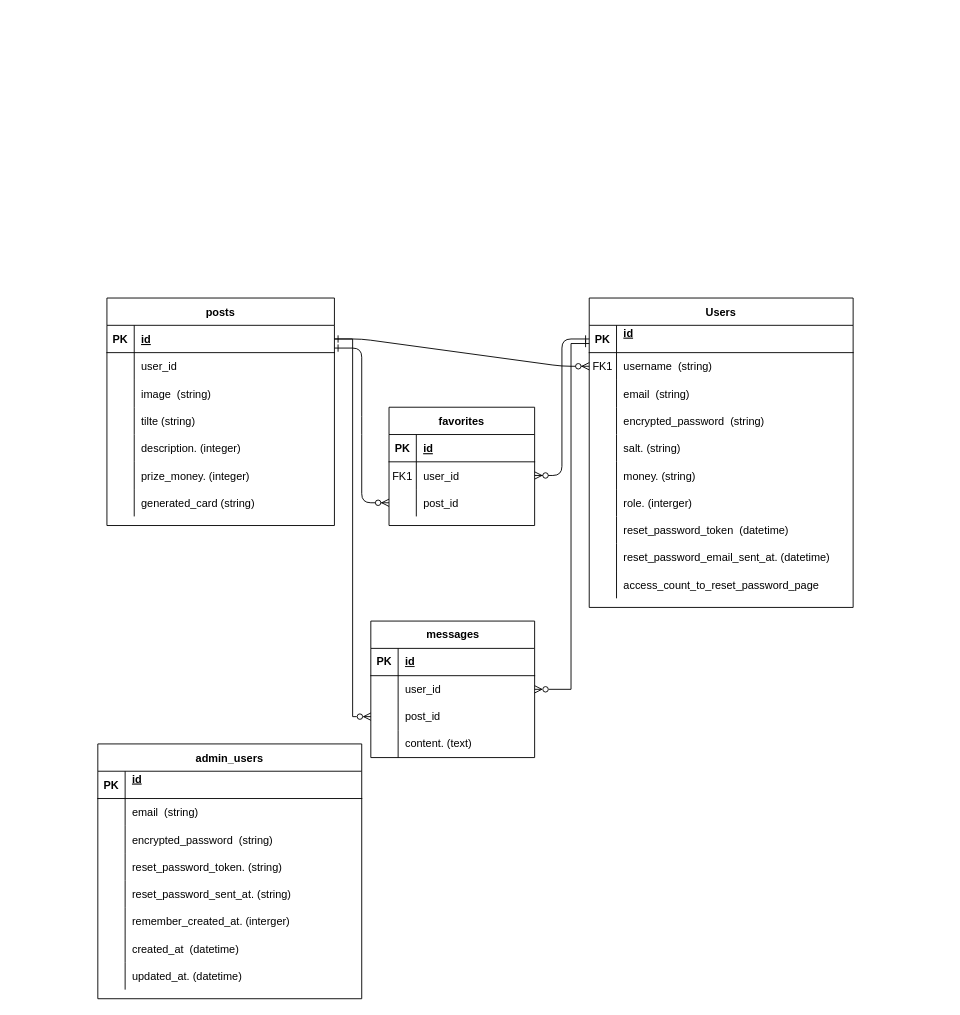
Above: 名称未設定ファイル.drawio in daichi-50/make_ER (draw.io), before the change. Source tidied: cells renumbered, new cells numbered last; positions are measured from the earlier drawing's top-left corner, leaving out a move shared by most shapes. Both pictures are drawn from the tidied source at 91%, with x=0, y=0 at pixel (97, 298).
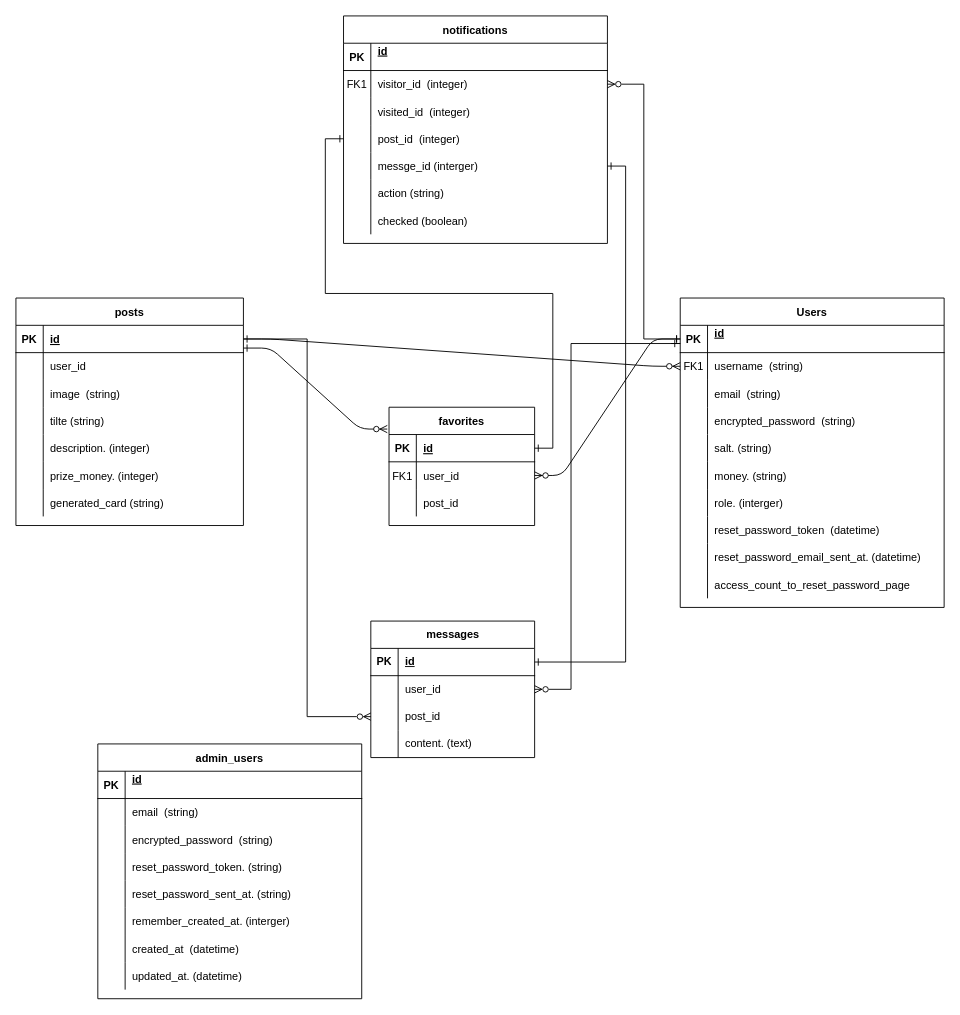
Above is the later version.

Unchanged cells that the change refers to:
```xml
<mxCell id="5" style="shape=partialRectangle;fillColor=none;points=[[0,0.5],[1,0.5]];portConstraint=eastwest;top=0;left=0;right=0;bottom=1;" parent="4" vertex="1">
  <mxGeometry y="30" width="290" height="30" as="geometry" />
</mxCell>
<mxCell id="36" style="shape=partialRectangle;fillColor=none;points=[[0,0.5],[1,0.5]];portConstraint=eastwest;top=0;left=0;right=0;bottom=1;" parent="35" vertex="1">
  <mxGeometry y="30" width="160" height="30" as="geometry" />
</mxCell>
<mxCell id="42" style="shape=partialRectangle;fillColor=none;points=[[0,0.5],[1,0.5]];portConstraint=eastwest;top=0;left=0;right=0;bottom=0;" parent="35" vertex="1">
  <mxGeometry y="90" width="160" height="30" as="geometry" />
</mxCell>
<mxCell id="68" style="shape=tableRow;horizontal=0;startSize=0;swimlaneHead=0;swimlaneBody=0;fillColor=none;points=[[0,0.5],[1,0.5]];portConstraint=eastwest;top=0;left=0;right=0;bottom=1;" parent="67" vertex="1">
  <mxGeometry y="30" width="180" height="30" as="geometry" />
</mxCell>
<mxCell id="71" style="shape=tableRow;horizontal=0;startSize=0;swimlaneHead=0;swimlaneBody=0;fillColor=none;points=[[0,0.5],[1,0.5]];portConstraint=eastwest;top=0;left=0;right=0;bottom=0;" parent="67" vertex="1">
  <mxGeometry y="60" width="180" height="30" as="geometry" />
</mxCell>
```

Diff of the diagram source:
```diff
@@
     <mxCell id="4" value="Users" style="shape=table;startSize=30;childLayout=tableLayout;rowLines=0;fontStyle=1;align=center;" parent="1" vertex="1">
-      <mxGeometry x="540" width="290" height="340" as="geometry" />
+      <mxGeometry x="640" width="290" height="340" as="geometry" />
     </mxCell>
@@
     <mxCell id="45" value="posts" style="shape=table;startSize=30;childLayout=tableLayout;rowLines=0;fontStyle=1;align=center;" parent="1" vertex="1">
-      <mxGeometry x="10" width="250" height="250" as="geometry" />
+      <mxGeometry x="-90" width="250" height="250" as="geometry" />
     </mxCell>
@@
-    <mxCell id="80" style="edgeStyle=entityRelationEdgeStyle;endArrow=ERzeroToMany;startArrow=ERone;endFill=1;startFill=0;entryX=0;entryY=0.5;entryDx=0;entryDy=0;" parent="1" edge="1" target="42">
+    <mxCell id="80" style="edgeStyle=entityRelationEdgeStyle;endArrow=ERzeroToMany;startArrow=ERone;endFill=1;startFill=0;entryX=-0.012;entryY=-0.2;entryDx=0;entryDy=0;entryPerimeter=0;" parent="1" edge="1" target="36">
       <mxGeometry relative="1" as="geometry">
-        <mxPoint x="260" y="55" as="sourcePoint" />
+        <mxPoint x="160" y="55" as="sourcePoint" />
+        <Array as="points">
+          <mxPoint x="320" y="160" />
+          <mxPoint x="220" y="160" />
+          <mxPoint x="190" y="130" />
+          <mxPoint x="190" y="130" />
+        </Array>
       </mxGeometry>
     </mxCell>
     <mxCell id="81" style="rounded=0;jettySize=auto;html=1;startArrow=ERone;startFill=0;endArrow=ERzeroToMany;endFill=0;entryX=1;entryY=0.5;entryDx=0;entryDy=0;" parent="1" edge="1" target="71">
       <mxGeometry relative="1" as="geometry">
-        <mxPoint x="540" y="50" as="sourcePoint" />
+        <mxPoint x="630" y="50" as="sourcePoint" />
         <Array as="points">
+          <mxPoint x="640" y="50" />
           <mxPoint x="520" y="50" />
           <mxPoint x="520" y="430" />
         </Array>
       </mxGeometry>
     </mxCell>
@@
+    <mxCell id="108" value="notifications" style="shape=table;startSize=30;childLayout=tableLayout;rowLines=0;fontStyle=1;align=center;" parent="1" vertex="1">
+      <mxGeometry x="270" y="-310" width="290" height="250" as="geometry" />
+    </mxCell>
+    <mxCell id="109" style="shape=partialRectangle;fillColor=none;top=0;left=0;right=0;bottom=1;" parent="108" vertex="1">
+      <mxGeometry y="30" width="290" height="30" as="geometry" />
+    </mxCell>
+    <mxCell id="110" value="PK" style="shape=partialRectangle;overflow=hidden;fillColor=none;top=0;left=0;bottom=0;right=0;fontStyle=1;" parent="109" vertex="1">
+      <mxGeometry width="30" height="30" as="geometry" />
+    </mxCell>
+    <mxCell id="111" value="id&#10;" style="shape=partialRectangle;overflow=hidden;fillColor=none;top=0;left=0;bottom=0;right=0;align=left;spacingLeft=6;fontStyle=5;" parent="109" vertex="1">
+      <mxGeometry x="30" width="260" height="30" as="geometry" />
+    </mxCell>
+    <mxCell id="112" style="shape=partialRectangle;fillColor=none;points=[[0,0.5],[1,0.5]];portConstraint=eastwest;top=0;left=0;right=0;bottom=0;" parent="108" vertex="1">
+      <mxGeometry y="60" width="290" height="30" as="geometry" />
+    </mxCell>
+    <mxCell id="113" value="FK1" style="shape=partialRectangle;overflow=hidden;fillColor=none;top=0;left=0;bottom=0;right=0;" parent="112" vertex="1">
+      <mxGeometry width="30" height="30" as="geometry" />
+    </mxCell>
+    <mxCell id="114" value="visitor_id  (integer)" style="shape=partialRectangle;overflow=hidden;fillColor=none;top=0;left=0;bottom=0;right=0;align=left;spacingLeft=6;" parent="112" vertex="1">
+      <mxGeometry x="30" width="260" height="30" as="geometry" />
+    </mxCell>
+    <mxCell id="115" style="shape=partialRectangle;fillColor=none;top=0;left=0;right=0;bottom=0;" parent="108" vertex="1">
+      <mxGeometry y="90" width="290" height="30" as="geometry" />
+    </mxCell>
+    <mxCell id="116" style="shape=partialRectangle;overflow=hidden;fillColor=none;top=0;left=0;bottom=0;right=0;" parent="115" vertex="1">
+      <mxGeometry width="30" height="30" as="geometry" />
+    </mxCell>
+    <mxCell id="117" value="visited_id  (integer)" style="shape=partialRectangle;overflow=hidden;fillColor=none;top=0;left=0;bottom=0;right=0;align=left;spacingLeft=6;" parent="115" vertex="1">
+      <mxGeometry x="30" width="260" height="30" as="geometry" />
+    </mxCell>
+    <mxCell id="118" style="shape=partialRectangle;fillColor=none;points=[[0,0.5],[1,0.5]];portConstraint=eastwest;top=0;left=0;right=0;bottom=0;" parent="108" vertex="1">
+      <mxGeometry y="120" width="290" height="30" as="geometry" />
+    </mxCell>
+    <mxCell id="119" style="shape=partialRectangle;overflow=hidden;fillColor=none;top=0;left=0;bottom=0;right=0;" parent="118" vertex="1">
+      <mxGeometry width="30" height="30" as="geometry" />
+    </mxCell>
+    <mxCell id="120" value="post_id  (integer)" style="shape=partialRectangle;overflow=hidden;fillColor=none;top=0;left=0;bottom=0;right=0;align=left;spacingLeft=6;" parent="118" vertex="1">
+      <mxGeometry x="30" width="260" height="30" as="geometry" />
+    </mxCell>
+    <mxCell id="121" style="shape=partialRectangle;fillColor=none;points=[[0,0.5],[1,0.5]];portConstraint=eastwest;top=0;left=0;right=0;bottom=0;" parent="108" vertex="1">
+      <mxGeometry y="150" width="290" height="30" as="geometry" />
+    </mxCell>
+    <mxCell id="122" style="shape=partialRectangle;overflow=hidden;fillColor=none;top=0;left=0;bottom=0;right=0;" parent="121" vertex="1">
+      <mxGeometry width="30" height="30" as="geometry" />
+    </mxCell>
+    <mxCell id="123" value="messge_id (interger)" style="shape=partialRectangle;overflow=hidden;fillColor=none;top=0;left=0;bottom=0;right=0;align=left;spacingLeft=6;" parent="121" vertex="1">
+      <mxGeometry x="30" width="260" height="30" as="geometry" />
+    </mxCell>
+    <mxCell id="124" style="shape=partialRectangle;fillColor=none;top=0;left=0;right=0;bottom=0;" parent="108" vertex="1">
+      <mxGeometry y="180" width="290" height="30" as="geometry" />
+    </mxCell>
+    <mxCell id="125" style="shape=partialRectangle;overflow=hidden;fillColor=none;top=0;left=0;bottom=0;right=0;" parent="124" vertex="1">
+      <mxGeometry width="30" height="30" as="geometry" />
+    </mxCell>
+    <mxCell id="126" value="action (string)" style="shape=partialRectangle;overflow=hidden;fillColor=none;top=0;left=0;bottom=0;right=0;align=left;spacingLeft=6;" parent="124" vertex="1">
+      <mxGeometry x="30" width="260" height="30" as="geometry" />
+    </mxCell>
+    <mxCell id="127" style="shape=partialRectangle;fillColor=none;top=0;left=0;right=0;bottom=0;" parent="108" vertex="1">
+      <mxGeometry y="210" width="290" height="30" as="geometry" />
+    </mxCell>
+    <mxCell id="128" style="shape=partialRectangle;overflow=hidden;fillColor=none;top=0;left=0;bottom=0;right=0;" parent="127" vertex="1">
+      <mxGeometry width="30" height="30" as="geometry" />
+    </mxCell>
+    <mxCell id="129" value="checked (boolean)" style="shape=partialRectangle;overflow=hidden;fillColor=none;top=0;left=0;bottom=0;right=0;align=left;spacingLeft=6;" parent="127" vertex="1">
+      <mxGeometry x="30" width="260" height="30" as="geometry" />
+    </mxCell>
+    <mxCell id="130" style="edgeStyle=orthogonalEdgeStyle;rounded=0;jettySize=auto;html=1;entryX=0;entryY=0.5;entryDx=0;entryDy=0;endArrow=ERone;endFill=0;startArrow=ERone;startFill=0;" parent="1" edge="1" source="36" target="118">
+      <mxGeometry relative="1" as="geometry" />
+    </mxCell>
+    <mxCell id="131" style="edgeStyle=orthogonalEdgeStyle;rounded=0;jettySize=auto;html=1;entryX=1;entryY=0.5;entryDx=0;entryDy=0;endArrow=ERzeroToMany;endFill=0;startArrow=ERone;startFill=0;" parent="1" edge="1" source="5" target="112">
+      <mxGeometry relative="1" as="geometry" />
+    </mxCell>
+    <mxCell id="132" style="edgeStyle=orthogonalEdgeStyle;rounded=0;jettySize=auto;html=1;entryX=1;entryY=0.5;entryDx=0;entryDy=0;endArrow=ERone;endFill=0;startArrow=ERone;startFill=0;" parent="1" edge="1" source="68" target="121">
+      <mxGeometry relative="1" as="geometry" />
+    </mxCell>
```
